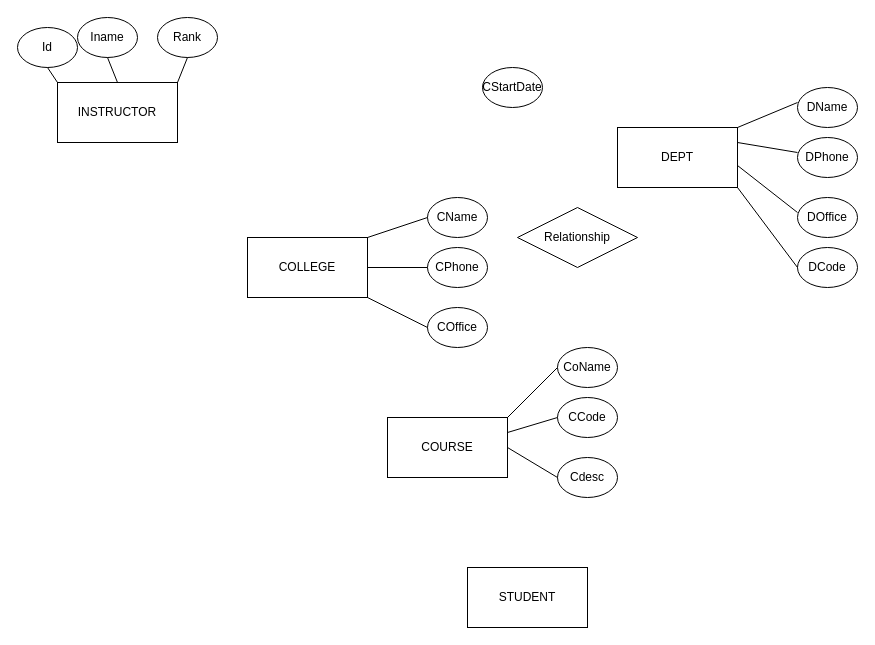
The draw.io diagram documents/Untitled Diagram.drawio in DanisAlukaev/Digital-Library, before the edit. Source tidied: cells renumbered, new cells numbered last; positions are measured from the earlier drawing's top-left corner, leaving out a move shared by most shapes. Both pictures are drawn from the tidied source at 100%, with x=0, y=0 at pixel (17, 17).
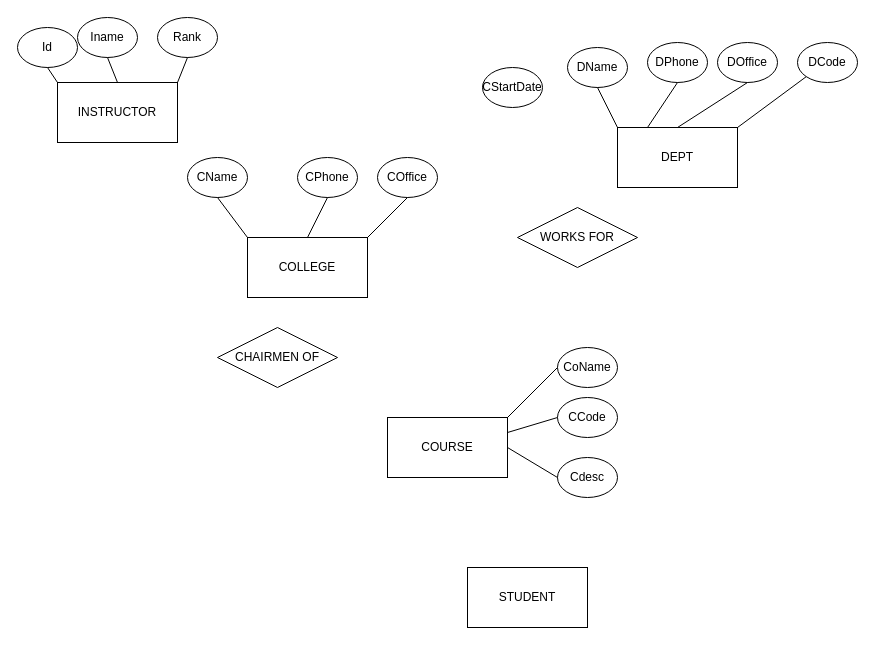
After the change.

Unchanged cells that the change refers to:
```xml
<mxCell id="2" value="COLLEGE" style="rounded=0;whiteSpace=wrap;html=1;" parent="1" vertex="1">
  <mxGeometry x="230" y="220" width="120" height="60" as="geometry" />
</mxCell>
<mxCell id="4" value="DEPT" style="rounded=0;whiteSpace=wrap;html=1;" parent="1" vertex="1">
  <mxGeometry x="600" y="110" width="120" height="60" as="geometry" />
</mxCell>
```

Diff of the diagram source:
```diff
@@
-    <mxCell id="3" value="Relationship" style="shape=rhombus;perimeter=rhombusPerimeter;whiteSpace=wrap;html=1;align=center;" parent="1" vertex="1">
+    <mxCell id="3" value="WORKS FOR" style="shape=rhombus;perimeter=rhombusPerimeter;whiteSpace=wrap;html=1;align=center;" parent="1" vertex="1">
       <mxGeometry x="500" y="190" width="120" height="60" as="geometry" />
     </mxCell>
@@
     <mxCell id="8" value="CName" style="ellipse;whiteSpace=wrap;html=1;" parent="1" vertex="1">
-      <mxGeometry x="410" y="180" width="60" height="40" as="geometry" />
+      <mxGeometry x="170" y="140" width="60" height="40" as="geometry" />
     </mxCell>
     <mxCell id="9" value="COffice" style="ellipse;whiteSpace=wrap;html=1;" parent="1" vertex="1">
-      <mxGeometry x="410" y="290" width="60" height="40" as="geometry" />
+      <mxGeometry x="360" y="140" width="60" height="40" as="geometry" />
     </mxCell>
     <mxCell id="10" value="CPhone" style="ellipse;whiteSpace=wrap;html=1;" parent="1" vertex="1">
-      <mxGeometry x="410" y="230" width="60" height="40" as="geometry" />
+      <mxGeometry x="280" y="140" width="60" height="40" as="geometry" />
     </mxCell>
-    <mxCell id="11" style="endArrow=none;html=1;exitX=1;exitY=1;exitDx=0;exitDy=0;entryX=0;entryY=0.5;entryDx=0;entryDy=0;" parent="1" edge="1" source="2" target="9">
-      <mxGeometry relative="1" as="geometry" />
+    <mxCell id="11" style="endArrow=none;html=1;entryX=0.5;entryY=1;entryDx=0;entryDy=0;" parent="1" edge="1" target="9">
+      <mxGeometry relative="1" as="geometry">
+        <mxPoint x="350" y="220" as="sourcePoint" />
+      </mxGeometry>
     </mxCell>
-    <mxCell id="12" style="endArrow=none;html=1;exitX=1;exitY=0.5;exitDx=0;exitDy=0;entryX=0;entryY=0.5;entryDx=0;entryDy=0;" parent="1" edge="1" source="2" target="10">
+    <mxCell id="12" style="endArrow=none;html=1;exitX=0.5;exitY=0;exitDx=0;exitDy=0;entryX=0.5;entryY=1;entryDx=0;entryDy=0;" parent="1" edge="1" source="2" target="10">
       <mxGeometry relative="1" as="geometry" />
     </mxCell>
-    <mxCell id="13" style="endArrow=none;html=1;exitX=1;exitY=0;exitDx=0;exitDy=0;entryX=0;entryY=0.5;entryDx=0;entryDy=0;" parent="1" edge="1" source="2" target="8">
+    <mxCell id="13" style="endArrow=none;html=1;exitX=0;exitY=0;exitDx=0;exitDy=0;entryX=0.5;entryY=1;entryDx=0;entryDy=0;" parent="1" edge="1" source="2" target="8">
       <mxGeometry relative="1" as="geometry" />
     </mxCell>
     <mxCell id="14" value="DName" style="ellipse;whiteSpace=wrap;html=1;" parent="1" vertex="1">
-      <mxGeometry x="780" y="70" width="60" height="40" as="geometry" />
+      <mxGeometry x="550" y="30" width="60" height="40" as="geometry" />
     </mxCell>
     <mxCell id="15" value="DOffice" style="ellipse;whiteSpace=wrap;html=1;" parent="1" vertex="1">
-      <mxGeometry x="780" y="180" width="60" height="40" as="geometry" />
+      <mxGeometry x="700" y="25" width="60" height="40" as="geometry" />
     </mxCell>
     <mxCell id="16" value="DPhone" style="ellipse;whiteSpace=wrap;html=1;" parent="1" vertex="1">
-      <mxGeometry x="780" y="120" width="60" height="40" as="geometry" />
+      <mxGeometry x="630" y="25" width="60" height="40" as="geometry" />
     </mxCell>
     <mxCell id="17" value="DCode" style="ellipse;whiteSpace=wrap;html=1;" parent="1" vertex="1">
-      <mxGeometry x="780" y="230" width="60" height="40" as="geometry" />
+      <mxGeometry x="780" y="25" width="60" height="40" as="geometry" />
     </mxCell>
-    <mxCell id="18" style="endArrow=none;html=1;entryX=0;entryY=0.5;entryDx=0;entryDy=0;" parent="1" edge="1">
-      <mxGeometry relative="1" as="geometry">
-        <mxPoint x="720" y="148" as="sourcePoint" />
-        <mxPoint x="780" y="195" as="targetPoint" />
-      </mxGeometry>
+    <mxCell id="18" style="endArrow=none;html=1;entryX=0.5;entryY=1;entryDx=0;entryDy=0;exitX=0.25;exitY=0;exitDx=0;exitDy=0;" parent="1" edge="1" source="4" target="16">
+      <mxGeometry relative="1" as="geometry" />
     </mxCell>
-    <mxCell id="19" style="endArrow=none;html=1;exitX=1;exitY=0.25;exitDx=0;exitDy=0;entryX=0;entryY=0.5;entryDx=0;entryDy=0;" parent="1" edge="1" source="4">
-      <mxGeometry relative="1" as="geometry">
-        <mxPoint x="780" y="135" as="targetPoint" />
-      </mxGeometry>
+    <mxCell id="19" style="endArrow=none;html=1;exitX=0.5;exitY=0;exitDx=0;exitDy=0;entryX=0.5;entryY=1;entryDx=0;entryDy=0;" parent="1" edge="1" source="4" target="15">
+      <mxGeometry relative="1" as="geometry" />
     </mxCell>
-    <mxCell id="20" style="endArrow=none;html=1;exitX=1;exitY=0;exitDx=0;exitDy=0;entryX=0;entryY=0.5;entryDx=0;entryDy=0;" parent="1" edge="1" source="4">
-      <mxGeometry relative="1" as="geometry">
-        <mxPoint x="780" y="85" as="targetPoint" />
-      </mxGeometry>
+    <mxCell id="20" style="endArrow=none;html=1;exitX=0;exitY=0;exitDx=0;exitDy=0;entryX=0.5;entryY=1;entryDx=0;entryDy=0;" parent="1" edge="1" source="4" target="14">
+      <mxGeometry relative="1" as="geometry" />
     </mxCell>
-    <mxCell id="21" style="endArrow=none;html=1;entryX=1;entryY=1;entryDx=0;entryDy=0;exitX=0;exitY=0.5;exitDx=0;exitDy=0;" parent="1" edge="1" source="17" target="4">
+    <mxCell id="21" style="endArrow=none;html=1;entryX=1;entryY=0;entryDx=0;entryDy=0;exitX=0;exitY=1;exitDx=0;exitDy=0;" parent="1" edge="1" source="17" target="4">
       <mxGeometry relative="1" as="geometry" />
     </mxCell>
@@
+    <mxCell id="35" value="CHAIRMEN OF" style="shape=rhombus;perimeter=rhombusPerimeter;whiteSpace=wrap;html=1;align=center;" parent="1" vertex="1">
+      <mxGeometry x="200" y="310" width="120" height="60" as="geometry" />
+    </mxCell>
```
